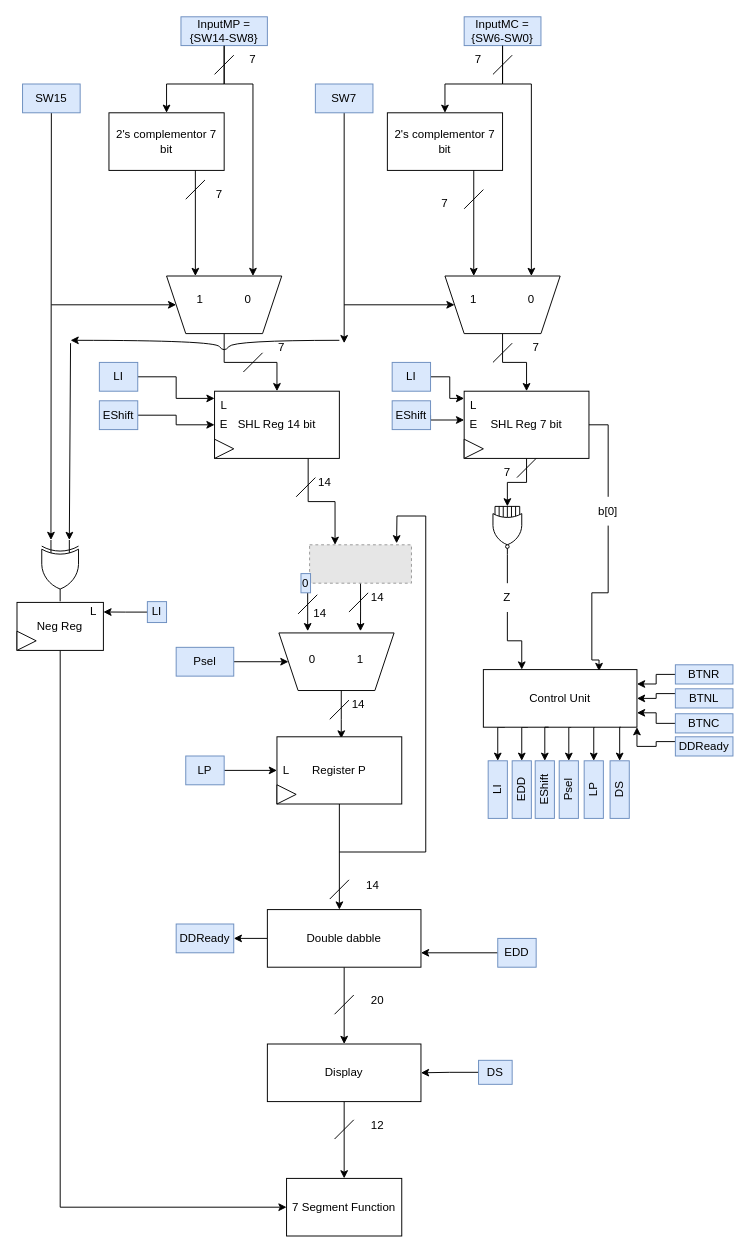
Before: BlockDiagram.drawio in iRustom/Sequential-Signed-Multiplier, a draw.io diagram. Source tidied: cells renumbered, new cells numbered last; positions are measured from the earlier drawing's top-left corner, leaving out a move shared by most shapes. Both pictures are drawn from the tidied source at 96%, with x=0, y=0 at pixel (16, 16). Pictures stored in the file or linked from it are replaced by grey dashed boxes.
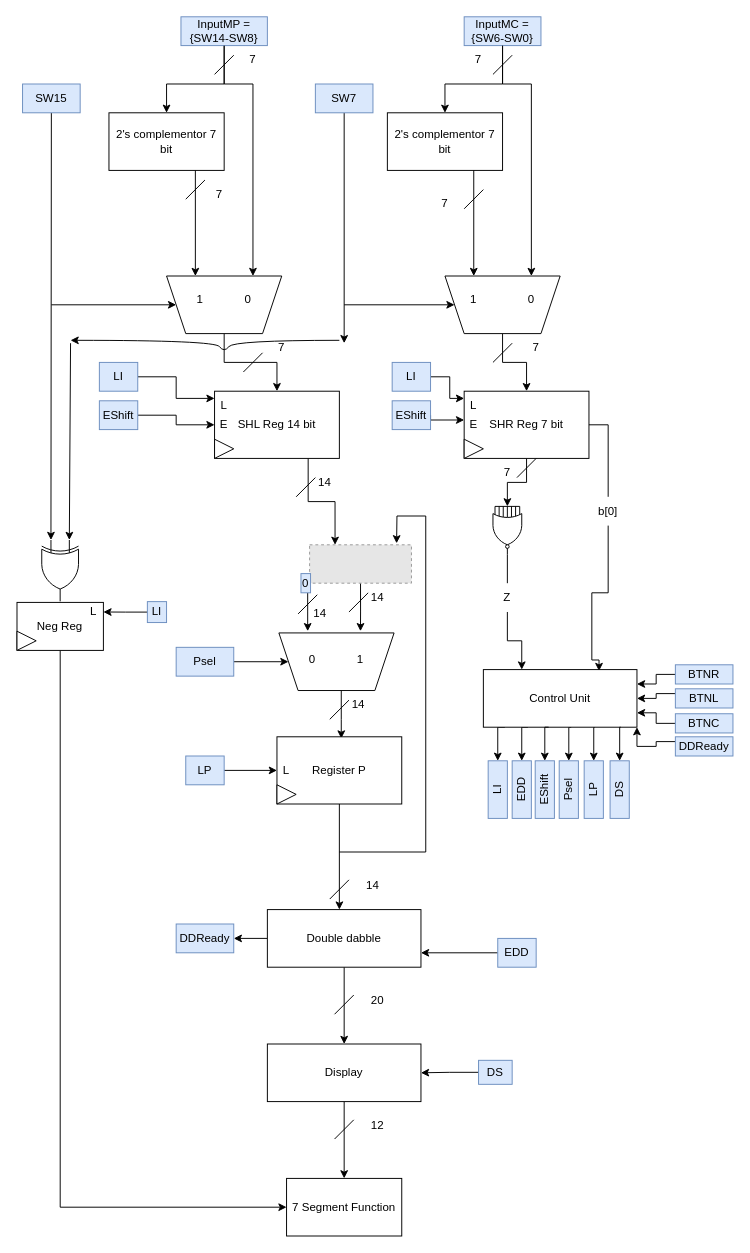
The same page after the edit.

Change to the diagram source:
```diff
@@
-    <mxCell id="29" value="SHL Reg 7 bit" style="rounded=0;whiteSpace=wrap;html=1;" parent="1" vertex="1">
+    <mxCell id="29" value="SHR Reg 7 bit" style="rounded=0;whiteSpace=wrap;html=1;" parent="1" vertex="1">
       <mxGeometry x="466" y="390" width="130" height="70" as="geometry" />
     </mxCell>
```
